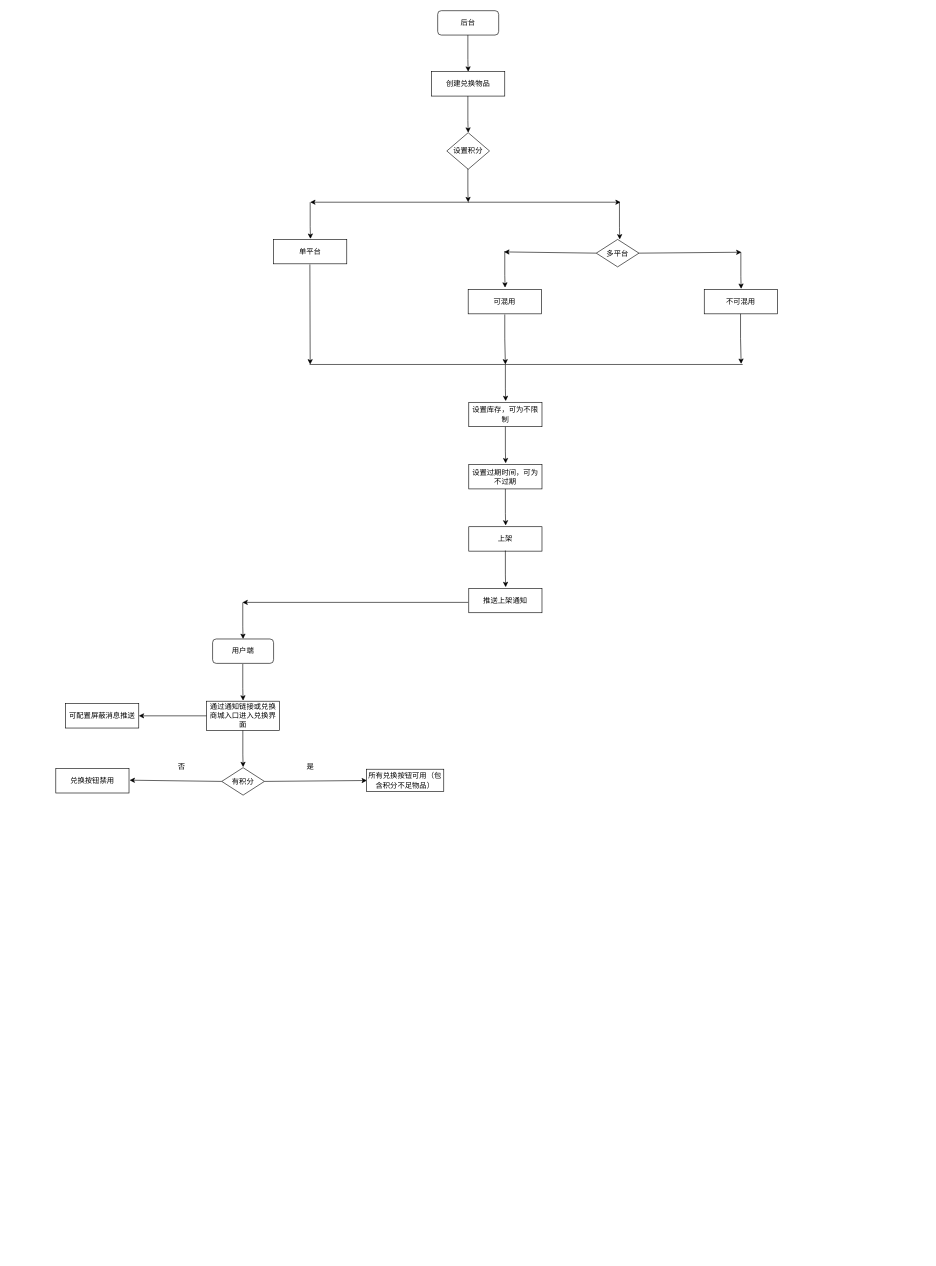
This is Untitled Diagram.drawio from ZCreturn0/gitTest, a draw.io file, before an edit. Source tidied: cells renumbered, new cells numbered last; positions are measured from the earlier drawing's top-left corner, leaving out a move shared by most shapes. Both pictures are drawn from the tidied source at 61%, with x=0, y=0 at pixel (56, 10).
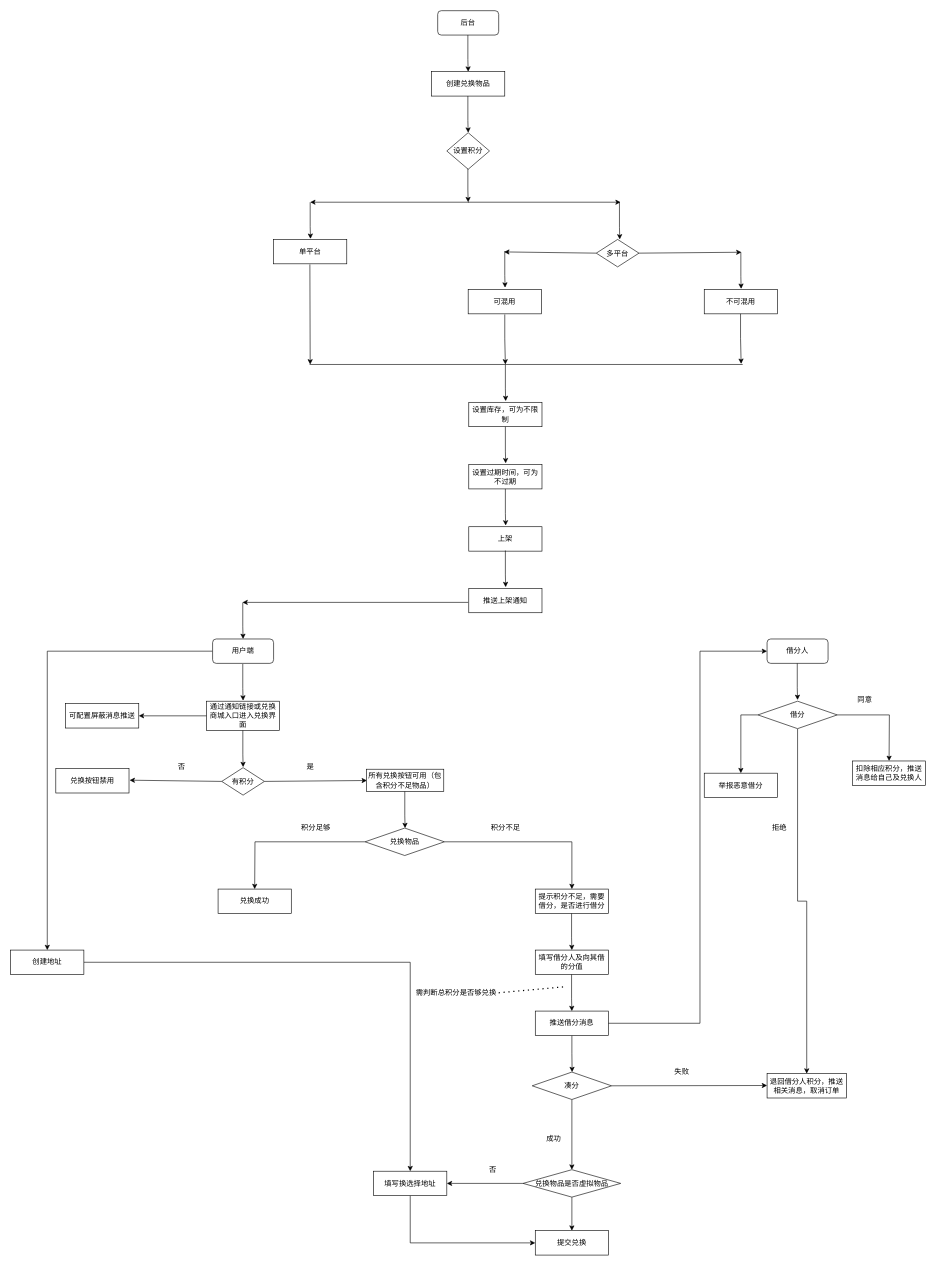
Above is the later version.

Unchanged cells that the change refers to:
```xml
<mxCell id="32" value="用户端" style="rounded=1;whiteSpace=wrap;html=1;" parent="1" vertex="1">
  <mxGeometry x="257" y="1030" width="100" height="40" as="geometry" />
</mxCell>
```

What changed in the source:
```diff
@@
+    <mxCell id="47" style="edgeStyle=orthogonalEdgeStyle;rounded=0;jettySize=auto;html=1;exitX=0;exitY=0.5;exitDx=0;exitDy=0;" parent="1" edge="1" source="32" target="77">
+      <mxGeometry relative="1" as="geometry" />
+    </mxCell>
@@
+    <mxCell id="48" style="endArrow=classic;html=1;rounded=0;" parent="1" edge="1">
+      <mxGeometry relative="1" as="geometry">
+        <mxPoint x="572.1" y="1280" as="sourcePoint" />
+        <mxPoint x="572.6" y="1340" as="targetPoint" />
+        <Array as="points">
+          <mxPoint x="572.1" y="1320" />
+        </Array>
+      </mxGeometry>
+    </mxCell>
+    <mxCell id="49" style="edgeStyle=orthogonalEdgeStyle;rounded=0;jettySize=auto;html=1;exitX=0;exitY=0.5;exitDx=0;exitDy=0;" parent="1" edge="1" source="51">
+      <mxGeometry relative="1" as="geometry">
+        <mxPoint x="326" y="1440" as="targetPoint" />
+      </mxGeometry>
+    </mxCell>
+    <mxCell id="50" style="edgeStyle=orthogonalEdgeStyle;rounded=0;jettySize=auto;html=1;exitX=1;exitY=0.5;exitDx=0;exitDy=0;entryX=0.5;entryY=0;entryDx=0;entryDy=0;" parent="1" edge="1" source="51" target="54">
+      <mxGeometry relative="1" as="geometry" />
+    </mxCell>
+    <mxCell id="51" value="兑换物品" style="rhombus;whiteSpace=wrap;html=1;" parent="1" vertex="1">
+      <mxGeometry x="507" y="1340" width="130" height="45" as="geometry" />
+    </mxCell>
+    <mxCell id="52" value="兑换成功" style="rounded=0;whiteSpace=wrap;html=1;" parent="1" vertex="1">
+      <mxGeometry x="266" y="1440" width="120" height="40" as="geometry" />
+    </mxCell>
+    <mxCell id="53" value="积分足够" style="text;html=1;align=center;verticalAlign=middle;strokeColor=none;fillColor=none;" parent="1" vertex="1">
+      <mxGeometry x="396" y="1330" width="60" height="20" as="geometry" />
+    </mxCell>
+    <mxCell id="54" value="提示积分不足，需要借分，是否进行借分" style="rounded=0;whiteSpace=wrap;html=1;" parent="1" vertex="1">
+      <mxGeometry x="786" y="1440" width="120" height="40" as="geometry" />
+    </mxCell>
+    <mxCell id="55" value="积分不足" style="text;html=1;align=center;verticalAlign=middle;strokeColor=none;fillColor=none;" parent="1" vertex="1">
+      <mxGeometry x="707" y="1330" width="60" height="20" as="geometry" />
+    </mxCell>
+    <mxCell id="56" style="endArrow=classic;html=1;rounded=0;" parent="1" edge="1">
+      <mxGeometry relative="1" as="geometry">
+        <mxPoint x="845.5" y="1480" as="sourcePoint" />
+        <mxPoint x="846" y="1540" as="targetPoint" />
+        <Array as="points">
+          <mxPoint x="845.5" y="1520" />
+        </Array>
+      </mxGeometry>
+    </mxCell>
+    <mxCell id="57" value="填写借分人及向其借的分值" style="rounded=0;whiteSpace=wrap;html=1;" parent="1" vertex="1">
+      <mxGeometry x="786" y="1540" width="120" height="40" as="geometry" />
+    </mxCell>
+    <mxCell id="58" style="endArrow=classic;html=1;rounded=0;" parent="1" edge="1">
+      <mxGeometry relative="1" as="geometry">
+        <mxPoint x="845.5" y="1580" as="sourcePoint" />
+        <mxPoint x="846" y="1640" as="targetPoint" />
+        <Array as="points">
+          <mxPoint x="845.5" y="1620" />
+        </Array>
+      </mxGeometry>
+    </mxCell>
+    <mxCell id="59" style="edgeStyle=orthogonalEdgeStyle;rounded=0;jettySize=auto;html=1;exitX=0.5;exitY=1;exitDx=0;exitDy=0;" parent="1" edge="1" source="60">
+      <mxGeometry relative="1" as="geometry">
+        <mxPoint x="846.4" y="1740" as="targetPoint" />
+      </mxGeometry>
+    </mxCell>
+    <mxCell id="60" value="推送借分消息" style="rounded=0;whiteSpace=wrap;html=1;" parent="1" vertex="1">
+      <mxGeometry x="786" y="1640" width="120" height="40" as="geometry" />
+    </mxCell>
+    <mxCell id="61" value="借分人" style="rounded=1;whiteSpace=wrap;html=1;" parent="1" vertex="1">
+      <mxGeometry x="1166" y="1030" width="100" height="40" as="geometry" />
+    </mxCell>
+    <mxCell id="62" style="endArrow=classic;html=1;rounded=0;exitX=1;exitY=0.5;exitDx=0;exitDy=0;entryX=0;entryY=0.5;entryDx=0;entryDy=0;" parent="1" edge="1" source="60" target="61">
+      <mxGeometry relative="1" as="geometry">
+        <Array as="points">
+          <mxPoint x="1056" y="1660" />
+          <mxPoint x="1056" y="1050" />
+        </Array>
+      </mxGeometry>
+    </mxCell>
+    <mxCell id="63" style="edgeStyle=orthogonalEdgeStyle;rounded=0;jettySize=auto;html=1;exitX=1;exitY=0.5;exitDx=0;exitDy=0;" parent="1" edge="1" source="66">
+      <mxGeometry relative="1" as="geometry">
+        <mxPoint x="1366" y="1230" as="targetPoint" />
+      </mxGeometry>
+    </mxCell>
+    <mxCell id="64" style="edgeStyle=orthogonalEdgeStyle;rounded=0;jettySize=auto;html=1;exitX=0.5;exitY=1;exitDx=0;exitDy=0;entryX=0.5;entryY=0;entryDx=0;entryDy=0;" parent="1" edge="1" source="66" target="74">
+      <mxGeometry relative="1" as="geometry" />
+    </mxCell>
+    <mxCell id="65" style="edgeStyle=orthogonalEdgeStyle;rounded=0;jettySize=auto;html=1;exitX=0;exitY=0.5;exitDx=0;exitDy=0;entryX=0.5;entryY=0;entryDx=0;entryDy=0;" parent="1" edge="1" source="66" target="88">
+      <mxGeometry relative="1" as="geometry" />
+    </mxCell>
+    <mxCell id="66" value="借分" style="rhombus;whiteSpace=wrap;html=1;" parent="1" vertex="1">
+      <mxGeometry x="1151" y="1132" width="130" height="45" as="geometry" />
+    </mxCell>
+    <mxCell id="67" style="endArrow=classic;html=1;rounded=0;" parent="1" edge="1">
+      <mxGeometry relative="1" as="geometry">
+        <mxPoint x="1215.5" y="1070" as="sourcePoint" />
+        <mxPoint x="1216" y="1130" as="targetPoint" />
+        <Array as="points">
+          <mxPoint x="1215.5" y="1110" />
+        </Array>
+      </mxGeometry>
+    </mxCell>
+    <mxCell id="68" value="同意" style="text;html=1;align=center;verticalAlign=middle;strokeColor=none;fillColor=none;" parent="1" vertex="1">
+      <mxGeometry x="1306" y="1120" width="40" height="20" as="geometry" />
+    </mxCell>
+    <mxCell id="69" value="扣除相应积分，推送消息给自己及兑换人" style="rounded=0;whiteSpace=wrap;html=1;" parent="1" vertex="1">
+      <mxGeometry x="1306" y="1230" width="120" height="40" as="geometry" />
+    </mxCell>
+    <mxCell id="70" style="edgeStyle=orthogonalEdgeStyle;rounded=0;jettySize=auto;html=1;exitX=1;exitY=0.5;exitDx=0;exitDy=0;" parent="1" edge="1" source="72">
+      <mxGeometry relative="1" as="geometry">
+        <mxPoint x="1166" y="1762" as="targetPoint" />
+      </mxGeometry>
+    </mxCell>
+    <mxCell id="71" style="edgeStyle=orthogonalEdgeStyle;rounded=0;jettySize=auto;html=1;exitX=0.5;exitY=1;exitDx=0;exitDy=0;" parent="1" edge="1" source="72" target="83">
+      <mxGeometry relative="1" as="geometry" />
+    </mxCell>
+    <mxCell id="72" value="凑分" style="rhombus;whiteSpace=wrap;html=1;" parent="1" vertex="1">
+      <mxGeometry x="781" y="1740" width="130" height="45" as="geometry" />
+    </mxCell>
+    <mxCell id="73" value="失败" style="text;html=1;align=center;verticalAlign=middle;strokeColor=none;fillColor=none;" parent="1" vertex="1">
+      <mxGeometry x="1006" y="1730" width="40" height="20" as="geometry" />
+    </mxCell>
+    <mxCell id="74" value="退回借分人积分，推送相关消息，取消订单" style="rounded=0;whiteSpace=wrap;html=1;" parent="1" vertex="1">
+      <mxGeometry x="1166" y="1742.5" width="130" height="40" as="geometry" />
+    </mxCell>
+    <mxCell id="75" value="拒绝" style="text;html=1;align=center;verticalAlign=middle;strokeColor=none;fillColor=none;" parent="1" vertex="1">
+      <mxGeometry x="1166" y="1330" width="40" height="20" as="geometry" />
+    </mxCell>
+    <mxCell id="76" style="edgeStyle=orthogonalEdgeStyle;rounded=0;jettySize=auto;html=1;" parent="1" edge="1" source="77" target="86">
+      <mxGeometry relative="1" as="geometry" />
+    </mxCell>
+    <mxCell id="77" value="创建地址" style="rounded=0;whiteSpace=wrap;html=1;" parent="1" vertex="1">
+      <mxGeometry x="-74" y="1540" width="120" height="40" as="geometry" />
+    </mxCell>
+    <mxCell id="78" value="成功" style="text;html=1;align=center;verticalAlign=middle;strokeColor=none;fillColor=none;" parent="1" vertex="1">
+      <mxGeometry x="796" y="1840" width="40" height="20" as="geometry" />
+    </mxCell>
+    <mxCell id="79" style="endArrow=none;dashed=1;html=1;dashPattern=1 3;strokeWidth=2;rounded=0;" parent="1" edge="1">
+      <mxGeometry relative="1" as="geometry">
+        <mxPoint x="726" y="1610" as="sourcePoint" />
+        <mxPoint x="836" y="1600" as="targetPoint" />
+      </mxGeometry>
+    </mxCell>
+    <mxCell id="80" value="需判断总积分是否够兑换" style="text;html=1;align=center;verticalAlign=middle;strokeColor=none;fillColor=none;" parent="1" vertex="1">
+      <mxGeometry x="581" y="1600" width="150" height="20" as="geometry" />
+    </mxCell>
+    <mxCell id="81" style="edgeStyle=orthogonalEdgeStyle;rounded=0;jettySize=auto;html=1;exitX=0;exitY=0.5;exitDx=0;exitDy=0;entryX=1;entryY=0.5;entryDx=0;entryDy=0;" parent="1" edge="1" source="83" target="86">
+      <mxGeometry relative="1" as="geometry" />
+    </mxCell>
+    <mxCell id="82" style="edgeStyle=orthogonalEdgeStyle;rounded=0;jettySize=auto;html=1;" parent="1" edge="1" source="83" target="87">
+      <mxGeometry relative="1" as="geometry" />
+    </mxCell>
+    <mxCell id="83" value="兑换物品是否虚拟物品" style="rhombus;whiteSpace=wrap;html=1;" parent="1" vertex="1">
+      <mxGeometry x="766" y="1900" width="160" height="45" as="geometry" />
+    </mxCell>
+    <mxCell id="84" value="否" style="text;html=1;align=center;verticalAlign=middle;strokeColor=none;fillColor=none;" parent="1" vertex="1">
+      <mxGeometry x="701" y="1890" width="30" height="20" as="geometry" />
+    </mxCell>
+    <mxCell id="85" style="edgeStyle=orthogonalEdgeStyle;rounded=0;jettySize=auto;html=1;exitX=0.5;exitY=1;exitDx=0;exitDy=0;entryX=0;entryY=0.5;entryDx=0;entryDy=0;" parent="1" edge="1" source="86" target="87">
+      <mxGeometry relative="1" as="geometry" />
+    </mxCell>
+    <mxCell id="86" value="填写换选择地址" style="rounded=0;whiteSpace=wrap;html=1;" parent="1" vertex="1">
+      <mxGeometry x="521" y="1902.5" width="120" height="40" as="geometry" />
+    </mxCell>
+    <mxCell id="87" value="提交兑换" style="rounded=0;whiteSpace=wrap;html=1;" parent="1" vertex="1">
+      <mxGeometry x="786" y="2000" width="120" height="40" as="geometry" />
+    </mxCell>
+    <mxCell id="88" value="举报恶意借分" style="rounded=0;whiteSpace=wrap;html=1;" parent="1" vertex="1">
+      <mxGeometry x="1063" y="1250" width="120" height="40" as="geometry" />
+    </mxCell>
```
